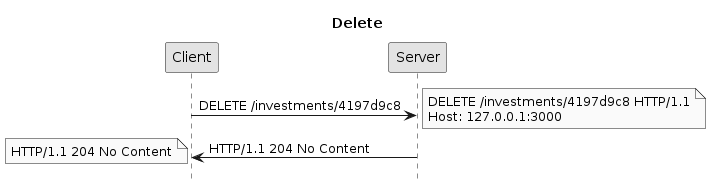
Before: public/imgs/expressjs/api/delete-investment-simple.png, a diagram exported from PlantUML (ifpb/lp2).
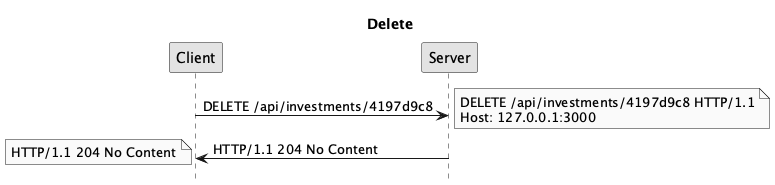
The same file after the commit.

The edit, as a diff of the source:
```diff
@@ -3,8 +3,8 @@
 hide footbox
 skinparam monochrome true
 
-Client -> Server: DELETE /investments/4197d9c8
-note right: DELETE /investments/4197d9c8 HTTP/1.1\nHost: 127.0.0.1:3000
+Client -> Server: DELETE /api/investments/4197d9c8
+note right: DELETE /api/investments/4197d9c8 HTTP/1.1\nHost: 127.0.0.1:3000
 Server -> Client: HTTP/1.1 204 No Content
 note left: HTTP/1.1 204 No Content
 @enduml
```
